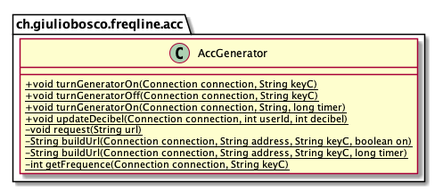
Before: design/be/acc.png, a diagram exported from PlantUML (giuliobosco/freqline).
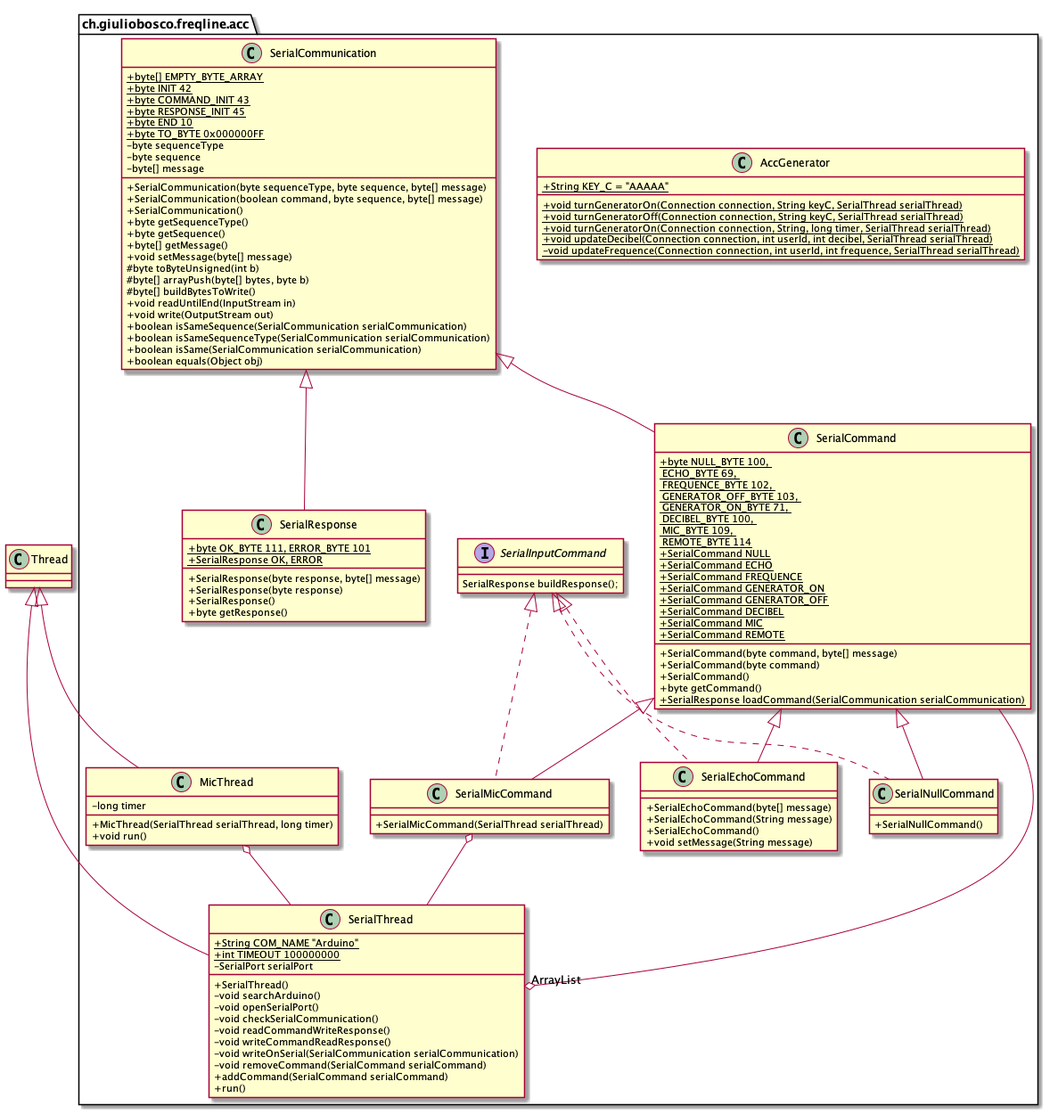
After the commit.

Diff of the diagram source:
```diff
@@ -1,17 +1,127 @@
 @startuml
 skinparam classAttributeIconSize 0
 
+class Thread {
+
+}
+
 package ch.giuliobosco.freqline.acc {
     class AccGenerator{
-        + {static} void turnGeneratorOn(Connection connection, String keyC)
-        + {static} void turnGeneratorOff(Connection connection, String keyC)
-        + {static} void turnGeneratorOn(Connection connection, String, long timer)
-        + {static} void updateDecibel(Connection connection, int userId, int decibel)
-        - {static} void request(String url)
-        - {static} String buildUrl(Connection connection, String address, String keyC, boolean on)
-        - {static} String buildUrl(Connection connection, String address, String keyC, long timer)
-        - {static} int getFrequence(Connection connection, String keyC)
+        + {static} String KEY_C = "AAAAA"
+        + {static} void turnGeneratorOn(Connection connection, String keyC, SerialThread serialThread)
+        + {static} void turnGeneratorOff(Connection connection, String keyC, SerialThread serialThread)
+        + {static} void turnGeneratorOn(Connection connection, String, long timer, SerialThread serialThread)
+        + {static} void updateDecibel(Connection connection, int userId, int decibel, SerialThread serialThread)
+        - {static} void updateFrequence(Connection connection, int userId, int frequence, SerialThread serialThread)
     }
+
+    class SerialCommunication {
+        + {static} byte[] EMPTY_BYTE_ARRAY
+        + {static} byte INIT 42
+        + {static} byte COMMAND_INIT 43
+        + {static} byte RESPONSE_INIT 45
+        + {static} byte END 10
+        + {static} byte TO_BYTE 0x000000FF
+        - byte sequenceType
+        - byte sequence
+        - byte[] message
+        + SerialCommunication(byte sequenceType, byte sequence, byte[] message)
+        + SerialCommunication(boolean command, byte sequence, byte[] message)
+        + SerialCommunication()
+        + byte getSequenceType()
+        + byte getSequence()
+        + byte[] getMessage()
+        + void setMessage(byte[] message)
+        # byte toByteUnsigned(int b)
+        # byte[] arrayPush(byte[] bytes, byte b)
+        # byte[] buildBytesToWrite()
+        + void readUntilEnd(InputStream in)
+        + void write(OutputStream out)
+        + boolean isSameSequence(SerialCommunication serialCommunication)
+        + boolean isSameSequenceType(SerialCommunication serialCommunication)
+        + boolean isSame(SerialCommunication serialCommunication)
+        + boolean equals(Object obj)
+    }
+
+    class SerialCommand {
+        + {static} byte NULL_BYTE 100, \n ECHO_BYTE 69, \n FREQUENCE_BYTE 102, \n GENERATOR_OFF_BYTE 103, \n GENERATOR_ON_BYTE 71, \n DECIBEL_BYTE 100, \n MIC_BYTE 109, \n REMOTE_BYTE 114
+        + {static} SerialCommand NULL
+        + {static} SerialCommand ECHO
+        + {static} SerialCommand FREQUENCE
+        + {static} SerialCommand GENERATOR_ON
+        + {static} SerialCommand GENERATOR_OFF
+        + {static} SerialCommand DECIBEL
+        + {static} SerialCommand MIC
+        + {static} SerialCommand REMOTE
+        + SerialCommand(byte command, byte[] message)
+        + SerialCommand(byte command)
+        + SerialCommand()
+        + byte getCommand()
+        + {static} SerialResponse loadCommand(SerialCommunication serialCommunication)
+    }
+    SerialCommunication <|-- SerialCommand
+
+    class SerialResponse {
+        + {static} byte OK_BYTE 111, ERROR_BYTE 101
+        + {static} SerialResponse OK, ERROR
+        + SerialResponse(byte response, byte[] message)
+        + SerialResponse(byte response)
+        + SerialResponse()
+        + byte getResponse()
+    }
+    SerialCommunication <|-- SerialResponse
+
+    interface SerialInputCommand {
+        SerialResponse buildResponse();
+    }
+
+    class SerialEchoCommand {
+        + SerialEchoCommand(byte[] message)
+        + SerialEchoCommand(String message)
+        + SerialEchoCommand()
+        + void setMessage(String message)
+    }
+    SerialCommand <|-- SerialEchoCommand
+    SerialInputCommand <|.. SerialEchoCommand
+
+    class SerialMicCommand {
+        + SerialMicCommand(SerialThread serialThread)
+    }
+    SerialCommand <|-- SerialMicCommand
+    SerialInputCommand <|.. SerialMicCommand
+    SerialMicCommand o-- SerialThread
+
+    class SerialNullCommand {
+        + SerialNullCommand()
+    }
+    SerialCommand <|-- SerialNullCommand
+    SerialInputCommand <|.. SerialNullCommand
+
+    class SerialThread {
+        + {static} String COM_NAME "Arduino"
+        + {static} int TIMEOUT 100000000
+        - SerialPort serialPort
+        + SerialThread()
+        - void searchArduino()
+        - void openSerialPort()
+        - void checkSerialCommunication()
+        - void readCommandWriteResponse()
+        - void writeCommandReadResponse()
+        - void writeOnSerial(SerialCommunication serialCommunication)
+        - void removeCommand(SerialCommand serialCommand)
+        + addCommand(SerialCommand serialCommand)
+        + run()
+    }
+    SerialThread "ArrayList" o-- SerialCommand
+    Thread <|-- SerialThread
+
+    class MicThread {
+        - long timer
+        + MicThread(SerialThread serialThread, long timer)
+        + void run()
+    }
+    Thread <|-- MicThread
+    MicThread o-- SerialThread
 }
 
 @enduml
```
